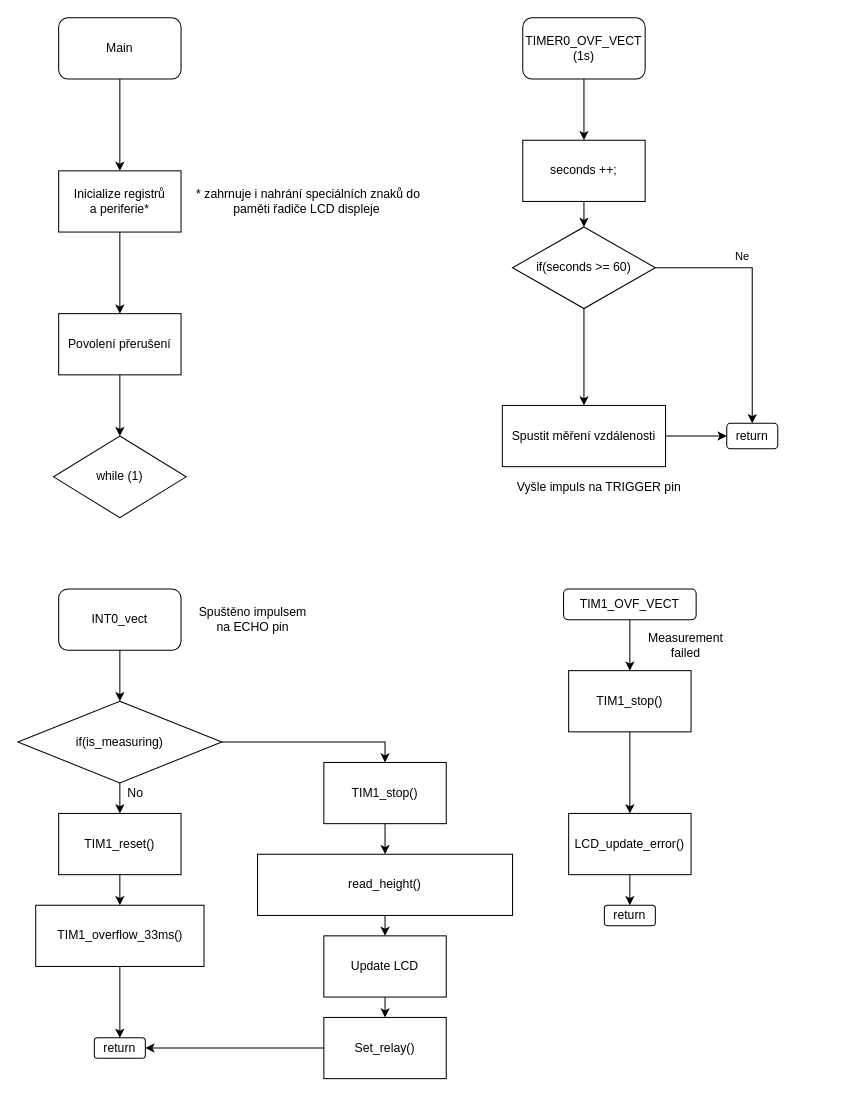
This is images/Main.drawio from ondrejdudasek/DE2-Project, a draw.io file, before an edit. Source tidied: cells renumbered, new cells numbered last; positions are measured from the earlier drawing's top-left corner, leaving out a move shared by most shapes. Both pictures are drawn from the tidied source at 102%, with x=0, y=0 at pixel (17, 17).
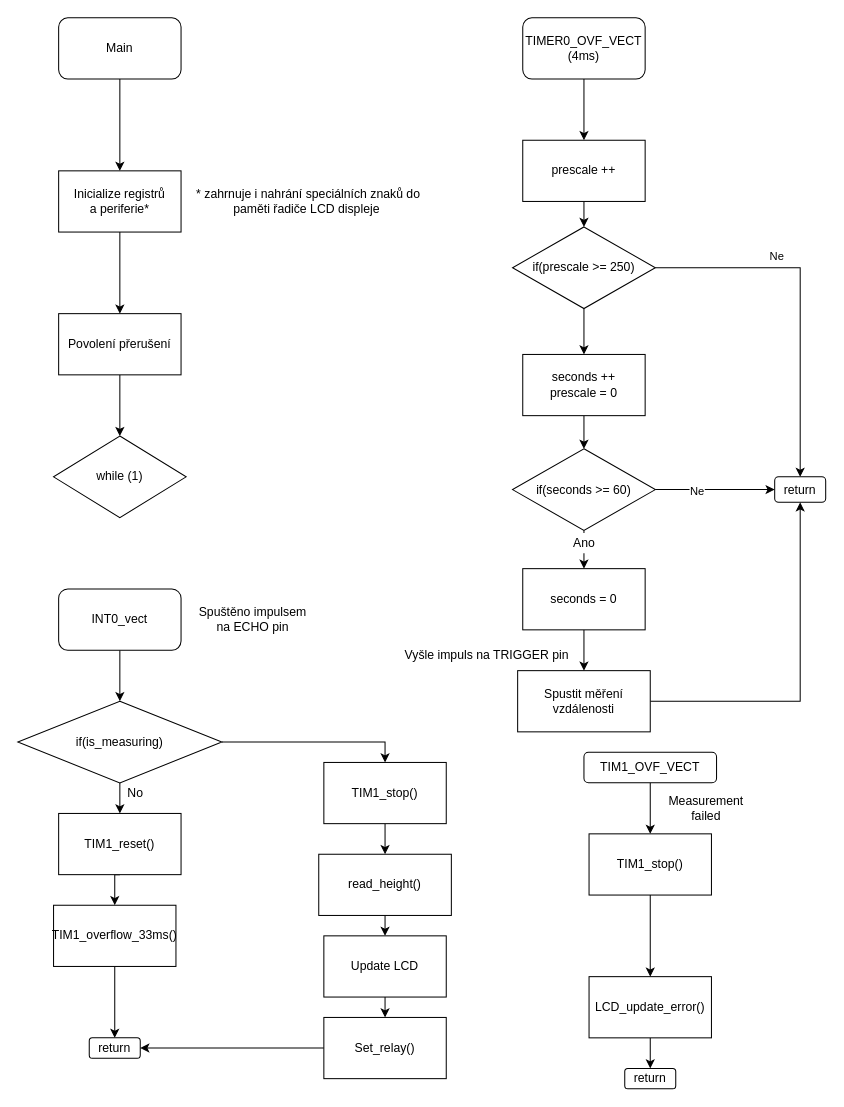
After the change.

Diff of the diagram source:
```diff
@@
-    <mxCell id="11" value="TIMER0_OVF_VECT&lt;br&gt;(1s)" style="rounded=1;whiteSpace=wrap;html=1;" parent="1" vertex="1">
+    <mxCell id="11" value="TIMER0_OVF_VECT&lt;br&gt;(4ms)" style="rounded=1;whiteSpace=wrap;html=1;" parent="1" vertex="1">
       <mxGeometry x="495" width="120" height="60" as="geometry" />
     </mxCell>
@@
-    <mxCell id="13" value="seconds ++;" style="rounded=0;whiteSpace=wrap;html=1;" parent="1" vertex="1">
+    <mxCell id="13" value="prescale ++" style="rounded=0;whiteSpace=wrap;html=1;" parent="1" vertex="1">
       <mxGeometry x="495" y="120" width="120" height="60" as="geometry" />
     </mxCell>
@@
-    <mxCell id="16" style="edgeStyle=orthogonalEdgeStyle;rounded=0;jettySize=auto;html=1;exitX=0.5;exitY=1;exitDx=0;exitDy=0;entryX=0.5;entryY=0;entryDx=0;entryDy=0;" parent="1" edge="1" source="17" target="20">
-      <mxGeometry relative="1" as="geometry" />
-    </mxCell>
+    <mxCell id="50" style="edgeStyle=orthogonalEdgeStyle;rounded=0;jettySize=auto;html=1;exitX=0.5;exitY=1;exitDx=0;exitDy=0;entryX=0.5;entryY=0;entryDx=0;entryDy=0;" parent="1" edge="1" source="17" target="52">
+      <mxGeometry relative="1" as="geometry" />
+    </mxCell>
-    <mxCell id="17" value="&lt;span&gt;if(seconds &amp;gt;= 60)&lt;/span&gt;" style="rhombus;whiteSpace=wrap;html=1;" parent="1" vertex="1">
+    <mxCell id="17" value="&lt;span&gt;if(prescale &amp;gt;= 250)&lt;/span&gt;" style="rhombus;whiteSpace=wrap;html=1;" parent="1" vertex="1">
       <mxGeometry x="485" y="205" width="140" height="80" as="geometry" />
     </mxCell>
     <mxCell id="18" value="return" style="rounded=1;whiteSpace=wrap;html=1;" parent="1" vertex="1">
-      <mxGeometry x="695" y="397.5" width="50" height="25" as="geometry" />
+      <mxGeometry x="742" y="450" width="50" height="25" as="geometry" />
     </mxCell>
-    <mxCell id="19" style="edgeStyle=orthogonalEdgeStyle;rounded=0;jettySize=auto;html=1;exitX=1;exitY=0.5;exitDx=0;exitDy=0;entryX=0;entryY=0.5;entryDx=0;entryDy=0;" parent="1" edge="1" source="20" target="18">
+    <mxCell id="19" style="edgeStyle=orthogonalEdgeStyle;rounded=0;jettySize=auto;html=1;exitX=1;exitY=0.5;exitDx=0;exitDy=0;entryX=0.5;entryY=1;entryDx=0;entryDy=0;" parent="1" edge="1" source="20" target="18">
       <mxGeometry relative="1" as="geometry" />
     </mxCell>
     <mxCell id="20" value="Spustit měření vzdálenosti" style="rounded=0;whiteSpace=wrap;html=1;" parent="1" vertex="1">
-      <mxGeometry x="475" y="380" width="160" height="60" as="geometry" />
+      <mxGeometry x="490" y="640" width="130" height="60" as="geometry" />
     </mxCell>
     <mxCell id="21" value="Vyšle impuls na TRIGGER pin" style="text;html=1;strokeColor=none;fillColor=none;align=center;verticalAlign=middle;whiteSpace=wrap;rounded=0;" parent="1" vertex="1">
-      <mxGeometry x="475" y="445" width="190" height="30" as="geometry" />
+      <mxGeometry x="365" y="610" width="190" height="30" as="geometry" />
     </mxCell>
@@
     <mxCell id="26" value="TIM1_overflow_33ms()" style="rounded=0;whiteSpace=wrap;html=1;" parent="1" vertex="1">
-      <mxGeometry x="17.5" y="870" width="165" height="60" as="geometry" />
+      <mxGeometry x="35" y="870" width="120" height="60" as="geometry" />
     </mxCell>
@@
     <mxCell id="33" value="return" style="rounded=1;whiteSpace=wrap;html=1;" parent="1" vertex="1">
-      <mxGeometry x="75" y="1000" width="50" height="20" as="geometry" />
+      <mxGeometry x="70" y="1000" width="50" height="20" as="geometry" />
     </mxCell>
@@
     <mxCell id="37" value="read_height()" style="rounded=0;whiteSpace=wrap;html=1;" parent="1" vertex="1">
-      <mxGeometry x="235" y="820" width="250" height="60" as="geometry" />
+      <mxGeometry x="295" y="820" width="130" height="60" as="geometry" />
     </mxCell>
@@
     <mxCell id="41" value="TIM1_OVF_VECT" style="rounded=1;whiteSpace=wrap;html=1;" parent="1" vertex="1">
-      <mxGeometry x="535" y="560" width="130" height="30" as="geometry" />
+      <mxGeometry x="555" y="720" width="130" height="30" as="geometry" />
     </mxCell>
     <mxCell id="42" value="Measurement failed" style="text;html=1;strokeColor=none;fillColor=none;align=center;verticalAlign=middle;whiteSpace=wrap;rounded=0;" parent="1" vertex="1">
-      <mxGeometry x="625" y="600" width="60" height="30" as="geometry" />
+      <mxGeometry x="645" y="760" width="60" height="30" as="geometry" />
     </mxCell>
@@
     <mxCell id="44" value="TIM1_stop()" style="rounded=0;whiteSpace=wrap;html=1;" parent="1" vertex="1">
-      <mxGeometry x="540" y="640" width="120" height="60" as="geometry" />
+      <mxGeometry x="560" y="800" width="120" height="60" as="geometry" />
     </mxCell>
@@
     <mxCell id="46" value="LCD_update_error()" style="rounded=0;whiteSpace=wrap;html=1;" parent="1" vertex="1">
-      <mxGeometry x="540" y="780" width="120" height="60" as="geometry" />
+      <mxGeometry x="560" y="940" width="120" height="60" as="geometry" />
     </mxCell>
     <mxCell id="47" value="return" style="rounded=1;whiteSpace=wrap;html=1;direction=west;" parent="1" vertex="1">
-      <mxGeometry x="575" y="870" width="50" height="20" as="geometry" />
+      <mxGeometry x="595" y="1030" width="50" height="20" as="geometry" />
     </mxCell>
@@
+    <mxCell id="51" style="edgeStyle=orthogonalEdgeStyle;rounded=0;jettySize=auto;html=1;exitX=0.5;exitY=1;exitDx=0;exitDy=0;entryX=0.5;entryY=0;entryDx=0;entryDy=0;" parent="1" edge="1" source="52" target="56">
+      <mxGeometry relative="1" as="geometry" />
+    </mxCell>
+    <mxCell id="52" value="seconds ++&lt;br&gt;prescale = 0" style="rounded=0;whiteSpace=wrap;html=1;" parent="1" vertex="1">
+      <mxGeometry x="495" y="330" width="120" height="60" as="geometry" />
+    </mxCell>
+    <mxCell id="53" style="edgeStyle=orthogonalEdgeStyle;rounded=0;jettySize=auto;html=1;exitX=1;exitY=0.5;exitDx=0;exitDy=0;entryX=0;entryY=0.5;entryDx=0;entryDy=0;" parent="1" edge="1" source="56" target="18">
+      <mxGeometry relative="1" as="geometry" />
+    </mxCell>
+    <mxCell id="54" value="Ne" style="edgeLabel;html=1;align=center;verticalAlign=middle;" parent="53" vertex="1">
+      <mxGeometry x="-0.32" y="-1" relative="1" as="geometry" />
+    </mxCell>
+    <mxCell id="55" style="edgeStyle=orthogonalEdgeStyle;rounded=0;jettySize=auto;html=1;exitX=0.5;exitY=1;exitDx=0;exitDy=0;entryX=0.5;entryY=0;entryDx=0;entryDy=0;startArrow=none;" parent="1" edge="1" source="59" target="58">
+      <mxGeometry relative="1" as="geometry" />
+    </mxCell>
+    <mxCell id="56" value="&lt;span&gt;if(seconds &amp;gt;= 60)&lt;/span&gt;" style="rhombus;whiteSpace=wrap;html=1;" parent="1" vertex="1">
+      <mxGeometry x="485" y="422.5" width="140" height="80" as="geometry" />
+    </mxCell>
+    <mxCell id="57" style="edgeStyle=orthogonalEdgeStyle;rounded=0;jettySize=auto;html=1;exitX=0.5;exitY=1;exitDx=0;exitDy=0;entryX=0.5;entryY=0;entryDx=0;entryDy=0;" parent="1" edge="1" source="58" target="20">
+      <mxGeometry relative="1" as="geometry" />
+    </mxCell>
+    <mxCell id="58" value="seconds = 0" style="rounded=0;whiteSpace=wrap;html=1;" parent="1" vertex="1">
+      <mxGeometry x="495" y="540" width="120" height="60" as="geometry" />
+    </mxCell>
+    <mxCell id="59" value="Ano" style="text;html=1;align=center;verticalAlign=middle;points=[];strokeColor=none;fillColor=none;" parent="1" vertex="1">
+      <mxGeometry x="535" y="505" width="40" height="20" as="geometry" />
+    </mxCell>
+    <mxCell id="60" style="edgeStyle=orthogonalEdgeStyle;rounded=0;jettySize=auto;html=1;exitX=0.5;exitY=1;exitDx=0;exitDy=0;entryX=0.5;entryY=0;entryDx=0;entryDy=0;endArrow=none;" parent="1" edge="1" source="56" target="59">
+      <mxGeometry relative="1" as="geometry" />
+    </mxCell>
```
